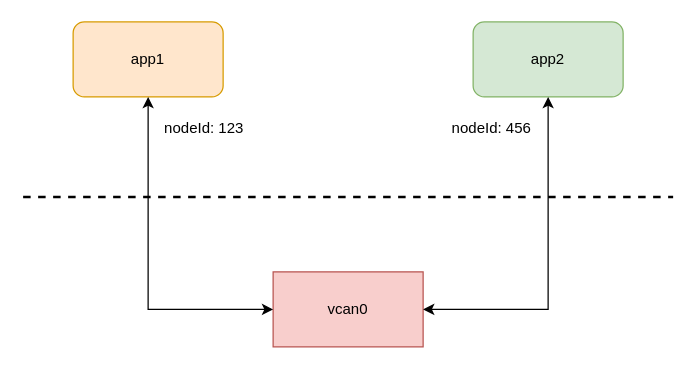
The draw.io diagram isotp-point-2-point.drawio in da0p/diagram-notes, before the edit. Source tidied: cells renumbered, new cells numbered last; positions are measured from the earlier drawing's top-left corner, leaving out a move shared by most shapes. Both pictures are drawn from the tidied source at 125%, with x=0, y=0 at pixel (22, 21).
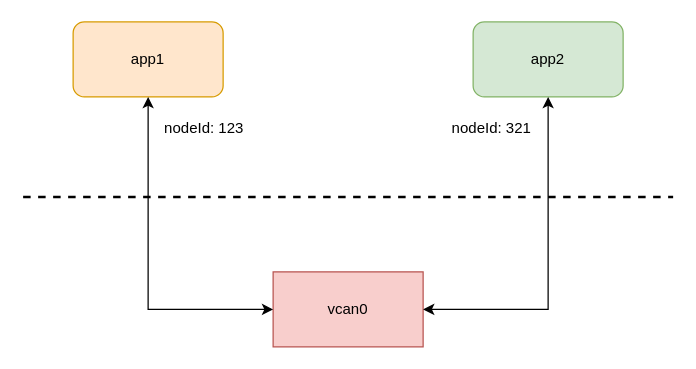
The same diagram, later.

Change to the diagram source:
```diff
@@
 <mxGraphModel>
   <root>
     <mxCell id="0" />
     <mxCell id="1" parent="0" />
     <mxCell id="2" value="app1" style="rounded=1;whiteSpace=wrap;html=1;fillColor=#ffe6cc;strokeColor=#d79b00;" parent="1" vertex="1">
       <mxGeometry x="40" width="120" height="60" as="geometry" />
     </mxCell>
     <mxCell id="3" value="app2" style="rounded=1;whiteSpace=wrap;html=1;fillColor=#d5e8d4;strokeColor=#82b366;" parent="1" vertex="1">
       <mxGeometry x="360" width="120" height="60" as="geometry" />
     </mxCell>
     <mxCell id="4" value="vcan0" style="rounded=0;whiteSpace=wrap;html=1;fillColor=#f8cecc;strokeColor=#b85450;" parent="1" vertex="1">
       <mxGeometry x="200" y="200" width="120" height="60" as="geometry" />
     </mxCell>
     <mxCell id="5" value="nodeId: 123" style="text;html=1;align=center;verticalAlign=middle;whiteSpace=wrap;rounded=0;" parent="1" vertex="1">
       <mxGeometry x="100" y="70" width="90" height="30" as="geometry" />
     </mxCell>
     <mxCell id="6" style="endArrow=classic;startArrow=classic;html=1;rounded=0;exitX=0.5;exitY=1;exitDx=0;exitDy=0;entryX=0;entryY=0.5;entryDx=0;entryDy=0;" parent="1" edge="1" source="2" target="4">
       <mxGeometry relative="1" as="geometry">
         <Array as="points">
           <mxPoint x="100" y="230" />
         </Array>
       </mxGeometry>
     </mxCell>
     <mxCell id="7" style="endArrow=classic;startArrow=classic;html=1;rounded=0;entryX=0.5;entryY=1;entryDx=0;entryDy=0;exitX=1;exitY=0.5;exitDx=0;exitDy=0;" parent="1" edge="1" source="4" target="3">
       <mxGeometry relative="1" as="geometry">
         <Array as="points">
           <mxPoint x="420" y="230" />
         </Array>
       </mxGeometry>
     </mxCell>
-    <mxCell id="8" value="nodeId: 456" style="text;html=1;align=center;verticalAlign=middle;whiteSpace=wrap;rounded=0;" parent="1" vertex="1">
+    <mxCell id="8" value="nodeId: 321" style="text;html=1;align=center;verticalAlign=middle;whiteSpace=wrap;rounded=0;" parent="1" vertex="1">
       <mxGeometry x="330" y="70" width="90" height="30" as="geometry" />
     </mxCell>
     <mxCell id="9" style="endArrow=none;html=1;rounded=0;dashed=1;strokeWidth=2;" parent="1" edge="1">
       <mxGeometry relative="1" as="geometry">
         <mxPoint y="140" as="sourcePoint" />
         <mxPoint x="520" y="140" as="targetPoint" />
       </mxGeometry>
     </mxCell>
   </root>
 </mxGraphModel>
```
